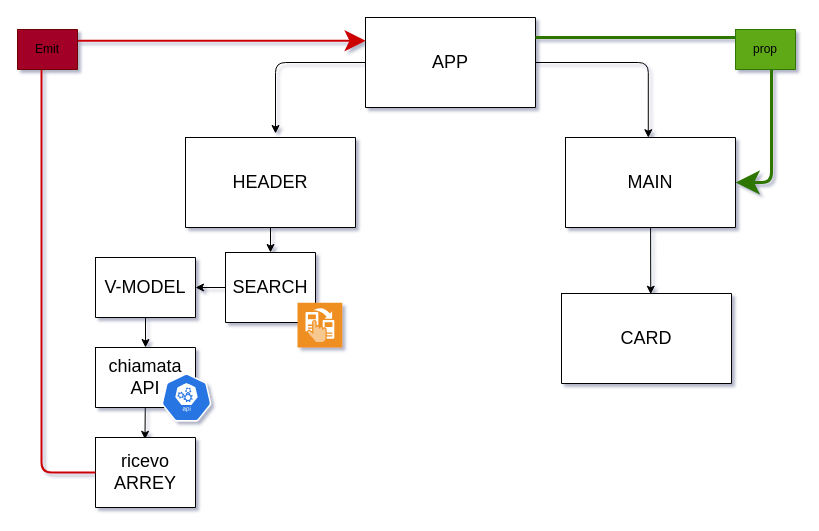
Above: Boolflix-diagramma.drawio in Pasquale-Raso/vue-boolflix (draw.io), before the change. Source tidied: cells renumbered, new cells numbered last; positions are measured from the earlier drawing's top-left corner, leaving out a move shared by most shapes. Both pictures are drawn from the tidied source at 100%, with x=0, y=0 at pixel (17, 17).
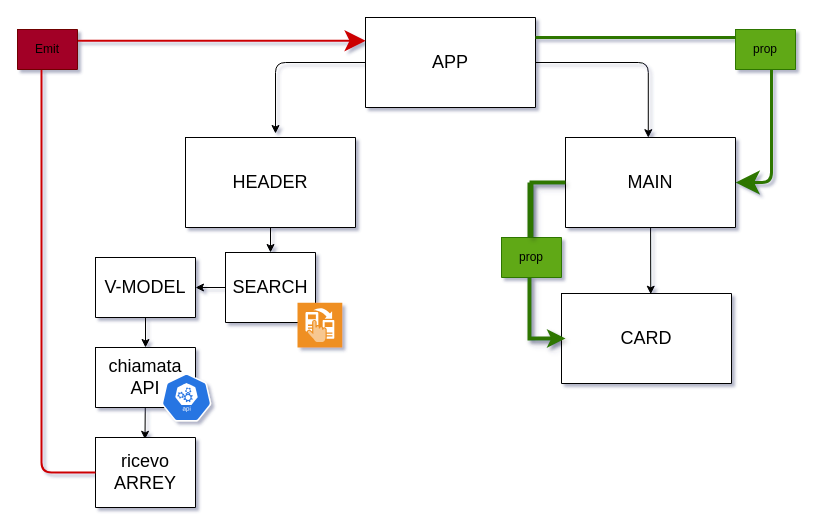
The same page after the edit.

Unchanged cells that the change refers to:
```xml
<mxCell id="9" style="shape=partialRectangle;fillColor=none;top=0;left=0;bottom=0;right=0;points=[[0,0.5],[1,0.5]];portConstraint=eastwest;rounded=1;" parent="8" vertex="1">
  <mxGeometry width="170" height="90" as="geometry" />
</mxCell>
```

The edit, as a diff of the source:
```diff
@@
+    <mxCell id="43" style="edgeStyle=orthogonalEdgeStyle;rounded=0;jettySize=auto;html=1;fillColor=#60a917;strokeColor=#2D7600;shadow=1;strokeWidth=4;startArrow=none;" parent="1" edge="1" source="44">
+      <mxGeometry relative="1" as="geometry">
+        <mxPoint x="548" y="321" as="targetPoint" />
+        <Array as="points">
+          <mxPoint x="512" y="165" />
+          <mxPoint x="512" y="321" />
+        </Array>
+      </mxGeometry>
+    </mxCell>
+    <mxCell id="44" style="shape=table;startSize=0;childLayout=tableLayout;fillColor=#60a917;strokeColor=#2D7600;fontColor=#ffffff;rounded=1;" parent="1" vertex="1">
+      <mxGeometry x="484" y="220" width="60" height="40" as="geometry" />
+    </mxCell>
+    <mxCell id="45" style="shape=partialRectangle;fillColor=none;top=0;left=0;bottom=0;right=0;rounded=1;" parent="44" vertex="1">
+      <mxGeometry width="60" height="40" as="geometry" />
+    </mxCell>
+    <mxCell id="46" value="prop" style="shape=partialRectangle;html=1;whiteSpace=wrap;overflow=hidden;fillColor=none;top=0;left=0;bottom=0;right=0;rounded=1;" parent="45" vertex="1">
+      <mxGeometry width="60" height="40" as="geometry" />
+    </mxCell>
+    <mxCell id="47" style="edgeStyle=orthogonalEdgeStyle;rounded=0;jettySize=auto;html=1;fillColor=#60a917;strokeColor=#2D7600;shadow=1;strokeWidth=4;endArrow=none;" parent="1" edge="1" source="9" target="44">
+      <mxGeometry relative="1" as="geometry" />
+    </mxCell>
```
